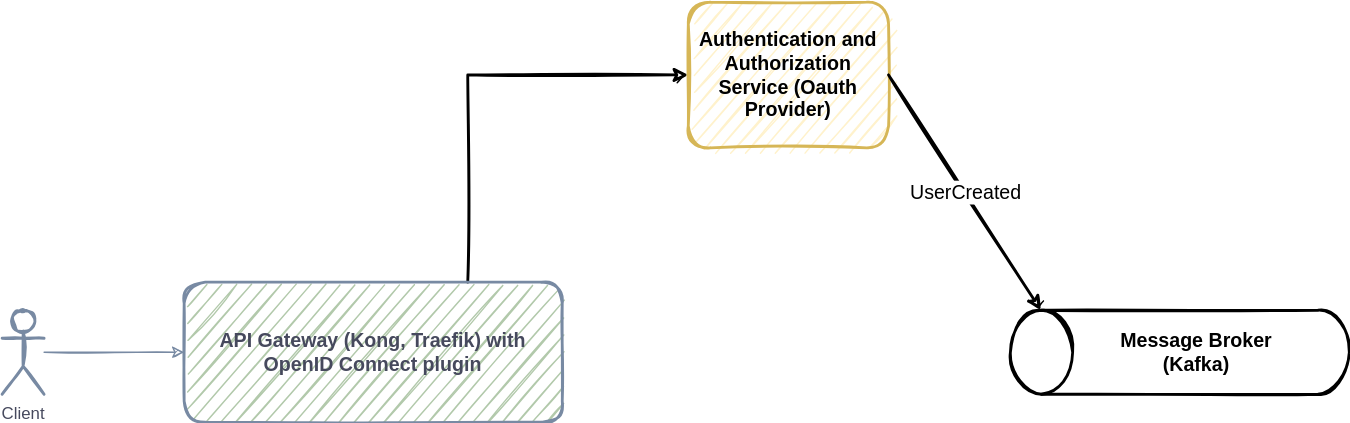
Earlier version of the draw.io export microservices.drawio.svg (vahidzafari/microservice-design). Source tidied: cells renumbered, new cells last; positions are measured from the earlier drawing's top-left corner, leaving out a move shared by most shapes.
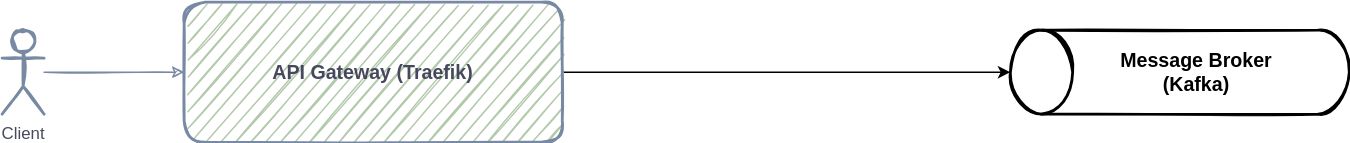
The same file after the commit.

The edit, as a diff of the source:
```diff
@@ -2,10 +2,10 @@
   <root>
     <mxCell id="0" />
     <mxCell id="1" parent="0" />
-    <mxCell id="2" style="edgeStyle=orthogonalEdgeStyle;rounded=0;jettySize=auto;html=1;exitX=0.75;exitY=0;exitDx=0;exitDy=0;entryX=0;entryY=0.5;entryDx=0;entryDy=0;fontSize=14;strokeWidth=2;sketch=1;" parent="1" edge="1" source="3" target="6">
-      <mxGeometry relative="1" as="geometry" />
-    </mxCell>
+    <mxCell id="11" style="edgeStyle=orthogonalEdgeStyle;rounded=0;jettySize=auto;html=1;" parent="1" edge="1" source="3" target="7">
+      <mxGeometry relative="1" as="geometry" />
+    </mxCell>
-    <mxCell id="3" value="&lt;b&gt;&lt;font style=&quot;font-size: 14px;&quot;&gt;API Gateway (Kong, Traefik) with OpenID Connect plugin&lt;/font&gt;&lt;/b&gt;" style="rounded=1;whiteSpace=wrap;html=1;sketch=1;fillColor=#B2C9AB;strokeColor=#788AA3;strokeWidth=2;glass=0;shadow=0;fontColor=#46495D;" parent="1" vertex="1">
+    <mxCell id="3" value="&lt;b&gt;&lt;font style=&quot;font-size: 14px;&quot;&gt;API Gateway (Traefik) &lt;br&gt;&lt;/font&gt;&lt;/b&gt;" style="rounded=1;whiteSpace=wrap;html=1;sketch=1;fillColor=#B2C9AB;strokeColor=#788AA3;strokeWidth=2;glass=0;shadow=0;fontColor=#46495D;" parent="1" vertex="1">
       <mxGeometry x="130" y="200" width="270" height="100" as="geometry" />
     </mxCell>
     <mxCell id="4" style="edgeStyle=orthogonalEdgeStyle;rounded=1;jettySize=auto;html=1;sketch=1;strokeColor=#788AA3;fontColor=#46495D;" parent="1" edge="1" source="5" target="3">
@@ -14,20 +14,11 @@
     <mxCell id="5" value="&lt;div&gt;Client&lt;/div&gt;" style="shape=umlActor;verticalLabelPosition=bottom;verticalAlign=top;html=1;shadow=0;glass=0;sketch=1;strokeWidth=2;fillColor=none;strokeColor=#788AA3;fontColor=#46495D;rounded=1;" parent="1" vertex="1">
       <mxGeometry y="220" width="30" height="60" as="geometry" />
     </mxCell>
-    <mxCell id="6" value="&lt;font style=&quot;font-size: 14px;&quot;&gt;&lt;b&gt;Authentication and Authorization Service (Oauth Provider)&lt;/b&gt;&lt;/font&gt;" style="rounded=1;whiteSpace=wrap;html=1;sketch=1;strokeWidth=2;fillColor=#fff2cc;strokeColor=#d6b656;" parent="1" vertex="1">
-      <mxGeometry x="490" width="143" height="104" as="geometry" />
-    </mxCell>
     <mxCell id="7" style="strokeWidth=2;html=1;shape=mxgraph.flowchart.direct_data;whiteSpace=wrap;sketch=1;fontSize=14;rotation=-180;" parent="1" vertex="1">
       <mxGeometry x="720" y="220" width="242" height="60" as="geometry" />
     </mxCell>
     <mxCell id="8" value="Message Broker (Kafka)" style="text;html=1;strokeColor=none;fillColor=none;align=center;verticalAlign=middle;whiteSpace=wrap;rounded=0;sketch=1;strokeWidth=2;fontSize=14;fontStyle=1;" parent="1" vertex="1">
       <mxGeometry x="788" y="235" width="130" height="30" as="geometry" />
     </mxCell>
-    <mxCell id="9" style="endArrow=classic;html=1;rounded=0;sketch=1;strokeWidth=2;fontSize=14;exitX=1;exitY=0.5;exitDx=0;exitDy=0;entryX=0.91;entryY=1;entryDx=0;entryDy=0;entryPerimeter=0;" parent="1" edge="1" source="6" target="7">
-      <mxGeometry relative="1" as="geometry" />
-    </mxCell>
-    <mxCell id="10" value="UserCreated" style="edgeLabel;html=1;align=center;verticalAlign=middle;sketch=1;strokeWidth=2;fontSize=14;" parent="9" vertex="1">
-      <mxGeometry relative="1" as="geometry" />
-    </mxCell>
   </root>
 </mxGraphModel>
```
